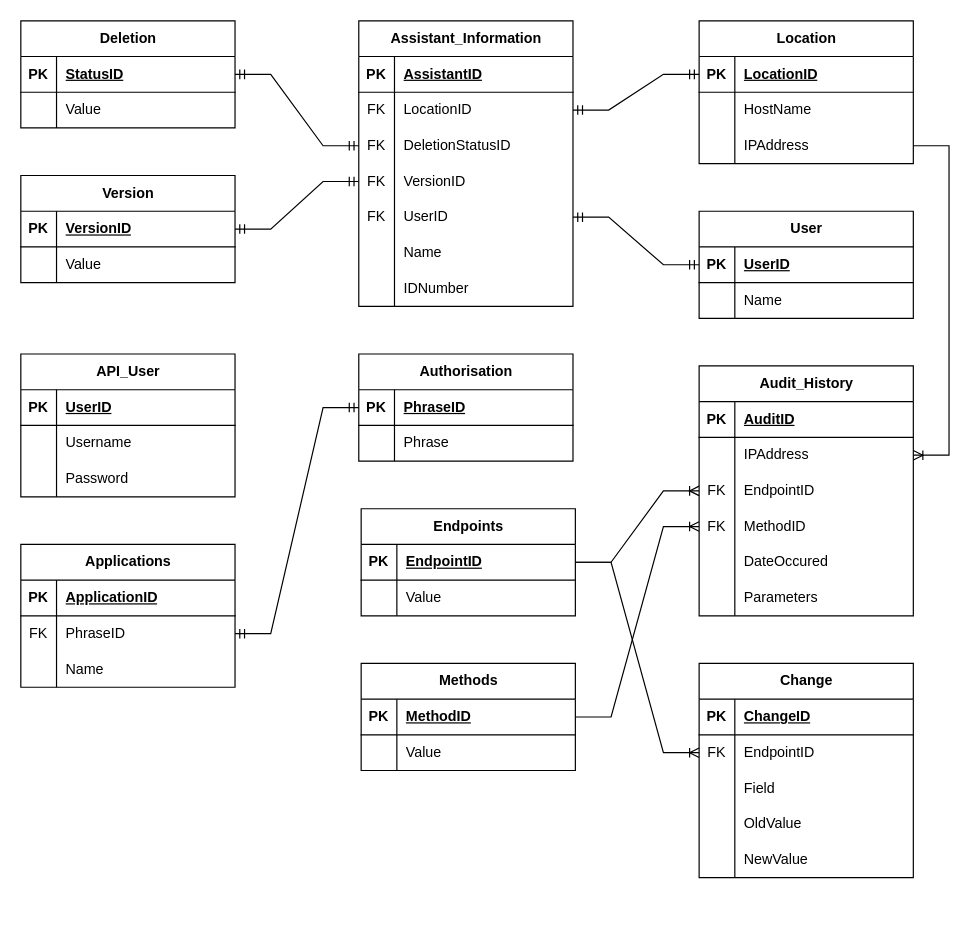
Before: Database ERD.drawio in LegendarySpork9/Hunter-Industries-API, a draw.io diagram. Source tidied: cells renumbered, new cells numbered last; positions are measured from the earlier drawing's top-left corner, leaving out a move shared by most shapes. Both pictures are drawn from the tidied source at 119%, with x=0, y=0 at pixel (20, 20).
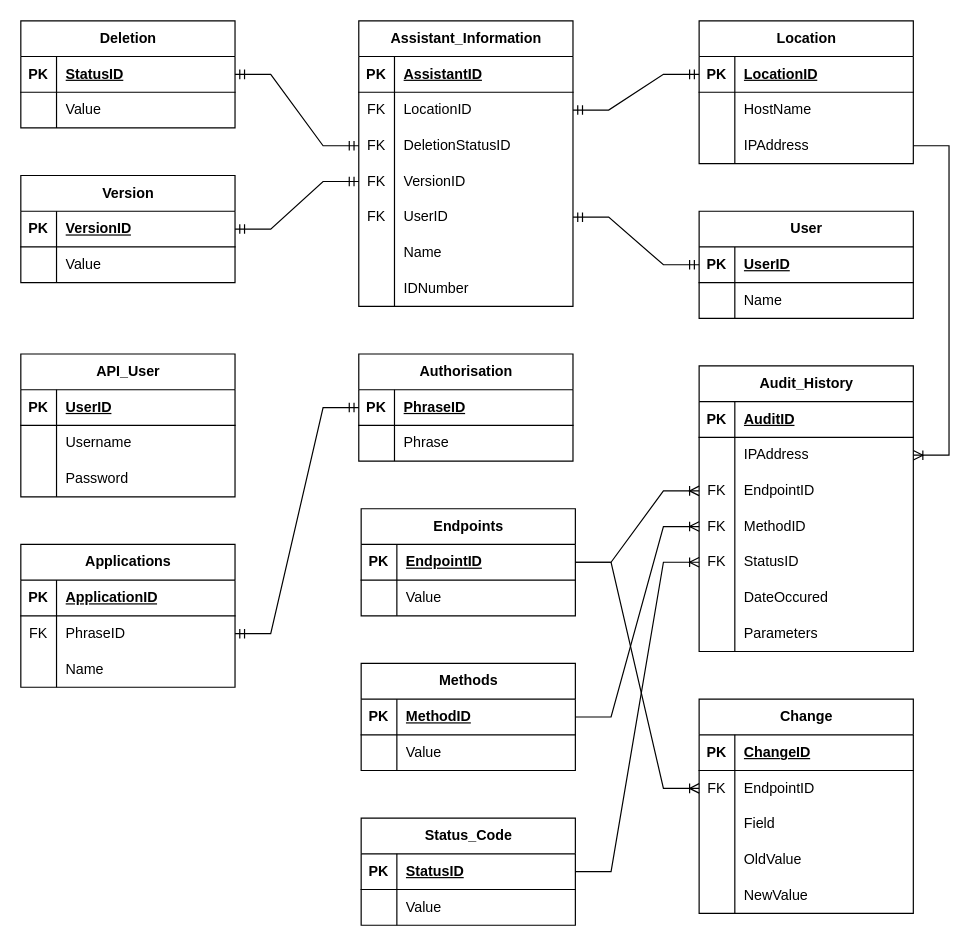
Above is the later version.

Commit message:
API Database ERD

Unchanged cells that the change refers to:
```xml
<mxCell id="79" style="shape=tableRow;horizontal=0;startSize=0;swimlaneHead=0;swimlaneBody=0;fillColor=none;points=[[0,0.5],[1,0.5]];portConstraint=eastwest;top=0;left=0;right=0;bottom=0;" parent="66" vertex="1">
  <mxGeometry y="150" width="180" height="30" as="geometry" />
</mxCell>
```

What changed in the source:
```diff
@@
     <mxCell id="66" value="Audit_History" style="shape=table;startSize=30;childLayout=tableLayout;rowLines=0;fontStyle=1;align=center;html=1;" parent="1" vertex="1">
-      <mxGeometry x="570" y="290" width="180" height="210" as="geometry" />
+      <mxGeometry x="570" y="290" width="180" height="240" as="geometry" />
     </mxCell>
@@
-    <mxCell id="80" style="shape=partialRectangle;fillColor=none;top=0;left=0;bottom=0;right=0;overflow=hidden;whiteSpace=wrap;html=1;" parent="79" vertex="1">
+    <mxCell id="80" value="FK" style="shape=partialRectangle;fillColor=none;top=0;left=0;bottom=0;right=0;overflow=hidden;whiteSpace=wrap;html=1;" parent="79" vertex="1">
       <mxGeometry width="30" height="30" as="geometry" />
     </mxCell>
-    <mxCell id="81" value="DateOccured" style="shape=partialRectangle;fillColor=none;top=0;left=0;bottom=0;right=0;align=left;spacingLeft=6;overflow=hidden;whiteSpace=wrap;html=1;" parent="79" vertex="1">
+    <mxCell id="81" value="StatusID" style="shape=partialRectangle;fillColor=none;top=0;left=0;bottom=0;right=0;align=left;spacingLeft=6;overflow=hidden;whiteSpace=wrap;html=1;" parent="79" vertex="1">
       <mxGeometry x="30" width="150" height="30" as="geometry" />
     </mxCell>
+    <mxCell id="140" style="shape=tableRow;horizontal=0;startSize=0;swimlaneHead=0;swimlaneBody=0;fillColor=none;top=0;left=0;right=0;bottom=0;" parent="66" vertex="1">
+      <mxGeometry y="180" width="180" height="30" as="geometry" />
+    </mxCell>
+    <mxCell id="141" style="shape=partialRectangle;fillColor=none;top=0;left=0;bottom=0;right=0;overflow=hidden;whiteSpace=wrap;html=1;" parent="140" vertex="1">
+      <mxGeometry width="30" height="30" as="geometry" />
+    </mxCell>
+    <mxCell id="142" value="DateOccured" style="shape=partialRectangle;fillColor=none;top=0;left=0;bottom=0;right=0;align=left;spacingLeft=6;overflow=hidden;whiteSpace=wrap;html=1;" parent="140" vertex="1">
+      <mxGeometry x="30" width="150" height="30" as="geometry" />
+    </mxCell>
     <mxCell id="82" style="shape=tableRow;horizontal=0;startSize=0;swimlaneHead=0;swimlaneBody=0;fillColor=none;top=0;left=0;right=0;bottom=0;" parent="66" vertex="1">
-      <mxGeometry y="180" width="180" height="30" as="geometry" />
+      <mxGeometry y="210" width="180" height="30" as="geometry" />
     </mxCell>
@@
     <mxCell id="112" value="Change" style="shape=table;startSize=30;childLayout=tableLayout;rowLines=0;fontStyle=1;align=center;html=1;" parent="1" vertex="1">
-      <mxGeometry x="570" y="540" width="180" height="180" as="geometry" />
+      <mxGeometry x="570" y="570" width="180" height="180" as="geometry" />
     </mxCell>
@@
+    <mxCell id="143" value="Status_Code" style="shape=table;startSize=30;childLayout=tableLayout;rowLines=0;fontStyle=1;align=center;html=1;" parent="1" vertex="1">
+      <mxGeometry x="286" y="670" width="180" height="90" as="geometry" />
+    </mxCell>
+    <mxCell id="144" style="shape=tableRow;horizontal=0;startSize=0;swimlaneHead=0;swimlaneBody=0;fillColor=none;points=[[0,0.5],[1,0.5]];portConstraint=eastwest;top=0;left=0;right=0;bottom=1;" parent="143" vertex="1">
+      <mxGeometry y="30" width="180" height="30" as="geometry" />
+    </mxCell>
+    <mxCell id="145" value="PK" style="shape=partialRectangle;fillColor=none;top=0;left=0;bottom=0;right=0;fontStyle=1;overflow=hidden;whiteSpace=wrap;html=1;" parent="144" vertex="1">
+      <mxGeometry width="30" height="30" as="geometry" />
+    </mxCell>
+    <mxCell id="146" value="StatusID" style="shape=partialRectangle;fillColor=none;top=0;left=0;bottom=0;right=0;align=left;spacingLeft=6;fontStyle=5;overflow=hidden;whiteSpace=wrap;html=1;" parent="144" vertex="1">
+      <mxGeometry x="30" width="150" height="30" as="geometry" />
+    </mxCell>
+    <mxCell id="147" style="shape=tableRow;horizontal=0;startSize=0;swimlaneHead=0;swimlaneBody=0;fillColor=none;top=0;left=0;right=0;bottom=0;" parent="143" vertex="1">
+      <mxGeometry y="60" width="180" height="30" as="geometry" />
+    </mxCell>
+    <mxCell id="148" style="shape=partialRectangle;fillColor=none;top=0;left=0;bottom=0;right=0;overflow=hidden;whiteSpace=wrap;html=1;" parent="147" vertex="1">
+      <mxGeometry width="30" height="30" as="geometry" />
+    </mxCell>
+    <mxCell id="149" value="Value" style="shape=partialRectangle;fillColor=none;top=0;left=0;bottom=0;right=0;align=left;spacingLeft=6;overflow=hidden;whiteSpace=wrap;html=1;" parent="147" vertex="1">
+      <mxGeometry x="30" width="150" height="30" as="geometry" />
+    </mxCell>
+    <mxCell id="150" style="edgeStyle=entityRelationEdgeStyle;fontSize=12;html=1;endArrow=ERoneToMany;rounded=0;exitX=1;exitY=0.5;exitDx=0;exitDy=0;entryX=0;entryY=0.5;entryDx=0;entryDy=0;" parent="1" edge="1" source="144" target="79">
+      <mxGeometry relative="1" as="geometry" />
+    </mxCell>
```
